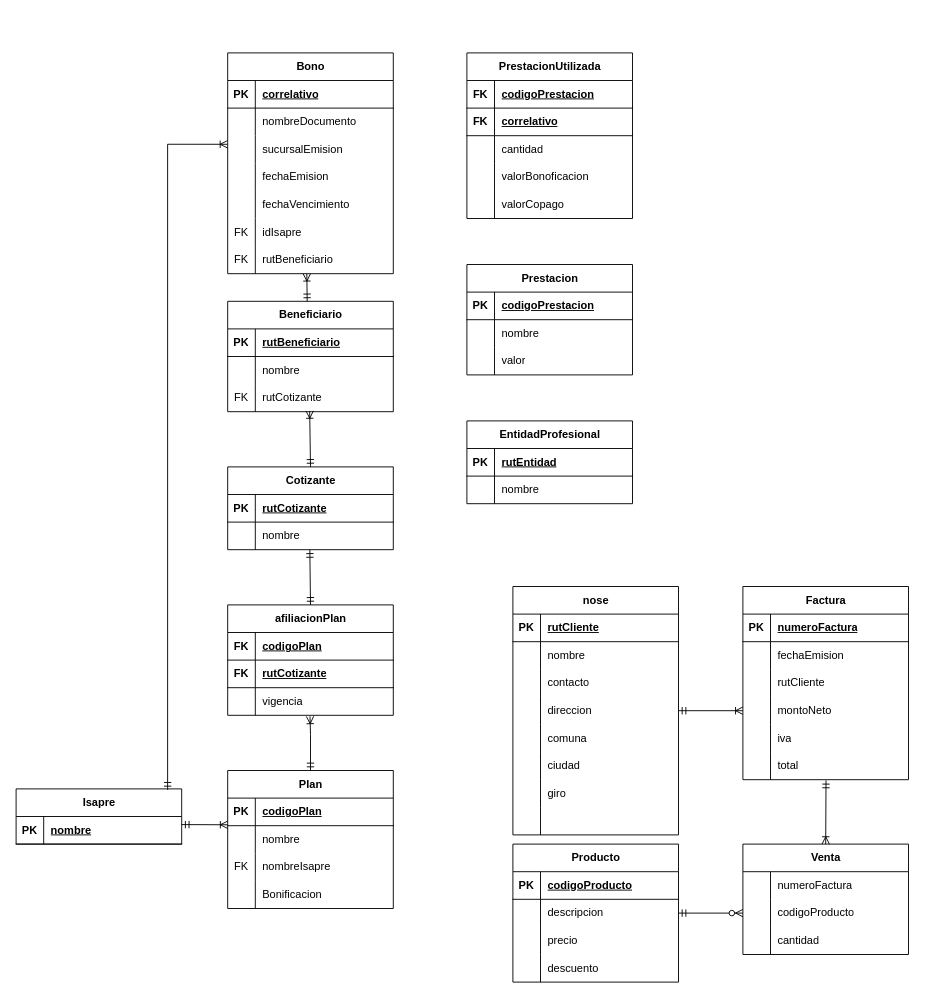
Above: tarea22.drawio in C-bastian-compila/diagrams.net (draw.io), before the change. Source tidied: cells renumbered, new cells numbered last; positions are measured from the earlier drawing's top-left corner, leaving out a move shared by most shapes. Both pictures are drawn from the tidied source at 92%, with x=0, y=0 at pixel (16, 52).
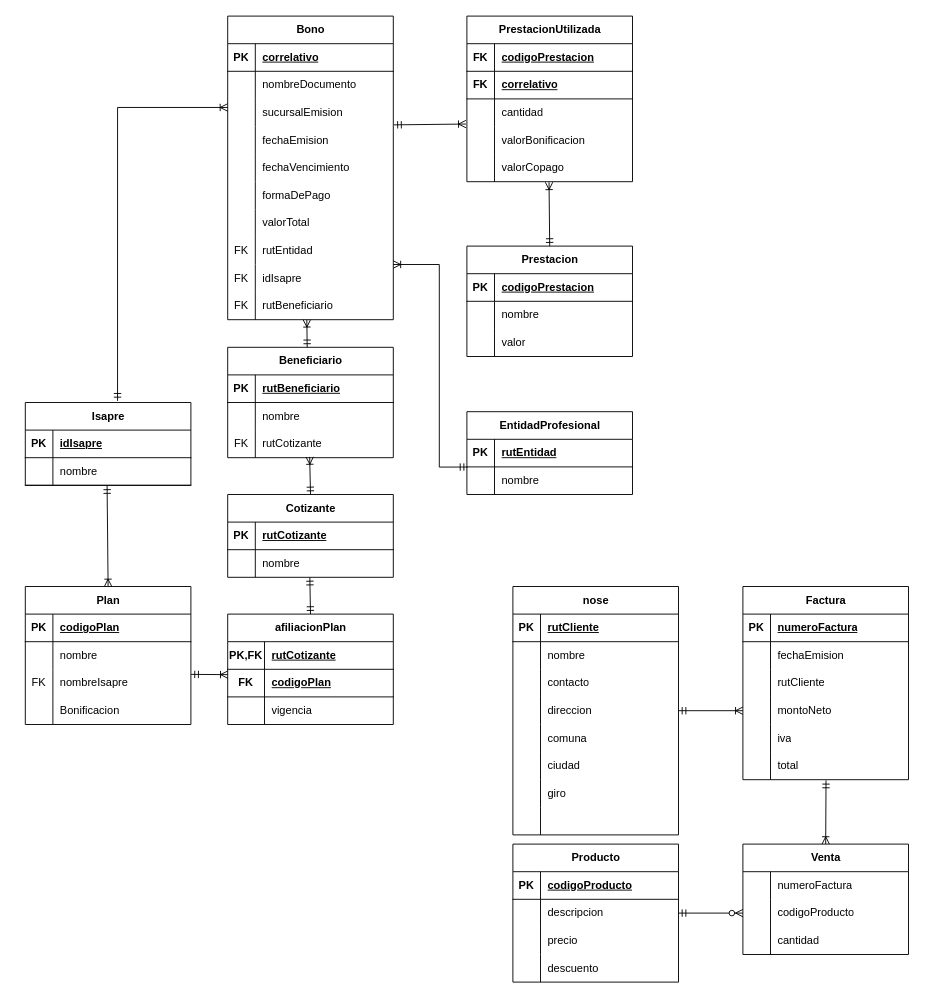
Above is the later version.

The change refers to these unchanged cells:
```xml
<mxCell id="79" style="shape=tableRow;horizontal=0;startSize=0;swimlaneHead=0;swimlaneBody=0;fillColor=none;points=[[0,0.5],[1,0.5]];portConstraint=eastwest;top=0;left=0;right=0;bottom=0;" parent="72" vertex="1">
  <mxGeometry y="90" width="180" height="30" as="geometry" />
</mxCell>
<mxCell id="95" style="shape=tableRow;horizontal=0;startSize=0;swimlaneHead=0;swimlaneBody=0;fillColor=none;points=[[0,0.5],[1,0.5]];portConstraint=eastwest;top=0;left=0;right=0;bottom=1;" parent="94" vertex="1">
  <mxGeometry y="30" width="180" height="30" as="geometry" />
</mxCell>
<mxCell id="109" style="shape=tableRow;horizontal=0;startSize=0;swimlaneHead=0;swimlaneBody=0;fillColor=none;points=[[0,0.5],[1,0.5]];portConstraint=eastwest;top=0;left=0;right=0;bottom=0;" parent="105" vertex="1">
  <mxGeometry y="60" width="180" height="30" as="geometry" />
</mxCell>
<mxCell id="119" style="shape=tableRow;horizontal=0;startSize=0;swimlaneHead=0;swimlaneBody=0;fillColor=none;points=[[0,0.5],[1,0.5]];portConstraint=eastwest;top=0;left=0;right=0;bottom=0;" parent="112" vertex="1">
  <mxGeometry y="90" width="180" height="30" as="geometry" />
</mxCell>
<mxCell id="144" style="shape=tableRow;horizontal=0;startSize=0;swimlaneHead=0;swimlaneBody=0;fillColor=none;points=[[0,0.5],[1,0.5]];portConstraint=eastwest;top=0;left=0;right=0;bottom=0;" parent="137" vertex="1">
  <mxGeometry y="90" width="180" height="30" as="geometry" />
</mxCell>
<mxCell id="168" style="shape=tableRow;horizontal=0;startSize=0;swimlaneHead=0;swimlaneBody=0;fillColor=none;points=[[0,0.5],[1,0.5]];portConstraint=eastwest;top=0;left=0;right=0;bottom=0;" parent="161" vertex="1">
  <mxGeometry y="90" width="180" height="30" as="geometry" />
</mxCell>
<mxCell id="171" style="shape=tableRow;horizontal=0;startSize=0;swimlaneHead=0;swimlaneBody=0;fillColor=none;top=0;left=0;right=0;bottom=0;" parent="161" vertex="1">
  <mxGeometry y="120" width="180" height="30" as="geometry" />
</mxCell>
<mxCell id="174" style="shape=tableRow;horizontal=0;startSize=0;swimlaneHead=0;swimlaneBody=0;fillColor=none;points=[[0,0.5],[1,0.5]];portConstraint=eastwest;top=0;left=0;right=0;bottom=0;" parent="161" vertex="1">
  <mxGeometry y="150" width="180" height="30" as="geometry" />
</mxCell>
```

Change to the diagram source:
```diff
@@
     <mxCell id="72" value="Bono" style="shape=table;startSize=30;childLayout=tableLayout;rowLines=0;fontStyle=1;align=center;html=1;" parent="1" vertex="1">
-      <mxGeometry x="230" width="180" height="240" as="geometry" />
+      <mxGeometry x="230" y="-40" width="180" height="330" as="geometry" />
     </mxCell>
@@
+    <mxCell id="177" style="shape=tableRow;horizontal=0;startSize=0;swimlaneHead=0;swimlaneBody=0;fillColor=none;top=0;left=0;right=0;bottom=0;" parent="72" vertex="1">
+      <mxGeometry y="180" width="180" height="30" as="geometry" />
+    </mxCell>
+    <mxCell id="178" style="shape=partialRectangle;fillColor=none;top=0;left=0;bottom=0;right=0;overflow=hidden;whiteSpace=wrap;html=1;" parent="177" vertex="1">
+      <mxGeometry width="30" height="30" as="geometry" />
+    </mxCell>
+    <mxCell id="179" value="formaDePago" style="shape=partialRectangle;fillColor=none;top=0;left=0;bottom=0;right=0;align=left;spacingLeft=6;overflow=hidden;whiteSpace=wrap;html=1;" parent="177" vertex="1">
+      <mxGeometry x="30" width="150" height="30" as="geometry" />
+    </mxCell>
+    <mxCell id="180" style="shape=tableRow;horizontal=0;startSize=0;swimlaneHead=0;swimlaneBody=0;fillColor=none;top=0;left=0;right=0;bottom=0;" parent="72" vertex="1">
+      <mxGeometry y="210" width="180" height="30" as="geometry" />
+    </mxCell>
+    <mxCell id="181" style="shape=partialRectangle;fillColor=none;top=0;left=0;bottom=0;right=0;overflow=hidden;whiteSpace=wrap;html=1;" parent="180" vertex="1">
+      <mxGeometry width="30" height="30" as="geometry" />
+    </mxCell>
+    <mxCell id="182" value="valorTotal" style="shape=partialRectangle;fillColor=none;top=0;left=0;bottom=0;right=0;align=left;spacingLeft=6;overflow=hidden;whiteSpace=wrap;html=1;" parent="180" vertex="1">
+      <mxGeometry x="30" width="150" height="30" as="geometry" />
+    </mxCell>
+    <mxCell id="183" style="shape=tableRow;horizontal=0;startSize=0;swimlaneHead=0;swimlaneBody=0;fillColor=none;top=0;left=0;right=0;bottom=0;" parent="72" vertex="1">
+      <mxGeometry y="240" width="180" height="30" as="geometry" />
+    </mxCell>
+    <mxCell id="184" value="FK" style="shape=partialRectangle;fillColor=none;top=0;left=0;bottom=0;right=0;overflow=hidden;whiteSpace=wrap;html=1;" parent="183" vertex="1">
+      <mxGeometry width="30" height="30" as="geometry" />
+    </mxCell>
+    <mxCell id="185" value="rutEntidad" style="shape=partialRectangle;fillColor=none;top=0;left=0;bottom=0;right=0;align=left;spacingLeft=6;overflow=hidden;whiteSpace=wrap;html=1;" parent="183" vertex="1">
+      <mxGeometry x="30" width="150" height="30" as="geometry" />
+    </mxCell>
     <mxCell id="88" style="shape=tableRow;horizontal=0;startSize=0;swimlaneHead=0;swimlaneBody=0;fillColor=none;top=0;left=0;right=0;bottom=0;" parent="72" vertex="1">
-      <mxGeometry y="180" width="180" height="30" as="geometry" />
+      <mxGeometry y="270" width="180" height="30" as="geometry" />
     </mxCell>
@@
     <mxCell id="91" style="shape=tableRow;horizontal=0;startSize=0;swimlaneHead=0;swimlaneBody=0;fillColor=none;top=0;left=0;right=0;bottom=0;" parent="72" vertex="1">
-      <mxGeometry y="210" width="180" height="30" as="geometry" />
+      <mxGeometry y="300" width="180" height="30" as="geometry" />
     </mxCell>
@@
     <mxCell id="94" value="Isapre" style="shape=table;startSize=30;childLayout=tableLayout;rowLines=0;fontStyle=1;align=center;html=1;" parent="1" vertex="1">
-      <mxGeometry y="800" width="180" height="60" as="geometry" />
+      <mxGeometry x="10" y="380" width="180" height="90" as="geometry" />
     </mxCell>
@@
-    <mxCell id="97" value="nombre" style="shape=partialRectangle;fillColor=none;top=0;left=0;bottom=0;right=0;align=left;spacingLeft=6;fontStyle=5;overflow=hidden;whiteSpace=wrap;html=1;" parent="95" vertex="1">
+    <mxCell id="97" value="idIsapre" style="shape=partialRectangle;fillColor=none;top=0;left=0;bottom=0;right=0;align=left;spacingLeft=6;fontStyle=5;overflow=hidden;whiteSpace=wrap;html=1;" parent="95" vertex="1">
       <mxGeometry x="30" width="150" height="30" as="geometry" />
     </mxCell>
+    <mxCell id="186" style="shape=tableRow;horizontal=0;startSize=0;swimlaneHead=0;swimlaneBody=0;fillColor=none;points=[[0,0.5],[1,0.5]];portConstraint=eastwest;top=0;left=0;right=0;bottom=1;" parent="94" vertex="1">
+      <mxGeometry y="60" width="180" height="30" as="geometry" />
+    </mxCell>
+    <mxCell id="187" style="shape=partialRectangle;fillColor=none;top=0;left=0;bottom=0;right=0;fontStyle=1;overflow=hidden;whiteSpace=wrap;html=1;" parent="186" vertex="1">
+      <mxGeometry width="30" height="30" as="geometry" />
+    </mxCell>
+    <mxCell id="188" value="&lt;span style=&quot;&quot;&gt;nombre&lt;/span&gt;" style="shape=partialRectangle;fillColor=none;top=0;left=0;bottom=0;right=0;align=left;spacingLeft=6;fontStyle=0;overflow=hidden;whiteSpace=wrap;html=1;" parent="186" vertex="1">
+      <mxGeometry x="30" width="150" height="30" as="geometry" />
+    </mxCell>
     <mxCell id="98" value="Cotizante" style="shape=table;startSize=30;childLayout=tableLayout;rowLines=0;fontStyle=1;align=center;html=1;" parent="1" vertex="1">
-      <mxGeometry x="230" y="450" width="180" height="90" as="geometry" />
+      <mxGeometry x="230" y="480" width="180" height="90" as="geometry" />
     </mxCell>
@@
     <mxCell id="105" value="EntidadProfesional" style="shape=table;startSize=30;childLayout=tableLayout;rowLines=0;fontStyle=1;align=center;html=1;" parent="1" vertex="1">
-      <mxGeometry x="490" y="400" width="180" height="90" as="geometry" />
+      <mxGeometry x="490" y="390" width="180" height="90" as="geometry" />
     </mxCell>
@@
     <mxCell id="112" value="Plan" style="shape=table;startSize=30;childLayout=tableLayout;rowLines=0;fontStyle=1;align=center;html=1;" parent="1" vertex="1">
-      <mxGeometry x="230" y="780" width="180" height="150" as="geometry" />
+      <mxGeometry x="10" y="580" width="180" height="150" as="geometry" />
     </mxCell>
@@
     <mxCell id="125" value="Beneficiario" style="shape=table;startSize=30;childLayout=tableLayout;rowLines=0;fontStyle=1;align=center;html=1;" parent="1" vertex="1">
-      <mxGeometry x="230" y="270" width="180" height="120" as="geometry" />
+      <mxGeometry x="230" y="320" width="180" height="120" as="geometry" />
     </mxCell>
@@
     <mxCell id="135" style="fontSize=12;html=1;endArrow=ERoneToMany;startArrow=ERmandOne;rounded=0;exitX=0.48;exitY=0.001;exitDx=0;exitDy=0;exitPerimeter=0;" parent="1" edge="1" source="125">
       <mxGeometry relative="1" as="geometry">
-        <mxPoint x="316" y="240" as="targetPoint" />
+        <mxPoint x="316" y="290" as="targetPoint" />
       </mxGeometry>
     </mxCell>
@@
     <mxCell id="137" value="afiliacionPlan" style="shape=table;startSize=30;childLayout=tableLayout;rowLines=0;fontStyle=1;align=center;html=1;" parent="1" vertex="1">
-      <mxGeometry x="230" y="600" width="180" height="120" as="geometry" />
+      <mxGeometry x="230" y="610" width="180" height="120" as="geometry" />
     </mxCell>
+    <mxCell id="141" style="shape=tableRow;horizontal=0;startSize=0;swimlaneHead=0;swimlaneBody=0;fillColor=none;top=0;left=0;right=0;bottom=1;" parent="137" vertex="1">
+      <mxGeometry y="30" width="180" height="30" as="geometry" />
+    </mxCell>
+    <mxCell id="142" value="PK,FK" style="shape=partialRectangle;fillColor=none;top=0;left=0;bottom=0;right=0;fontStyle=1;overflow=hidden;whiteSpace=wrap;html=1;" parent="141" vertex="1">
+      <mxGeometry width="40" height="30" as="geometry" />
+    </mxCell>
+    <mxCell id="143" value="rutCotizante" style="shape=partialRectangle;fillColor=none;top=0;left=0;bottom=0;right=0;align=left;spacingLeft=6;fontStyle=5;overflow=hidden;whiteSpace=wrap;html=1;" parent="141" vertex="1">
+      <mxGeometry x="40" width="140" height="30" as="geometry" />
+    </mxCell>
     <mxCell id="138" style="shape=tableRow;horizontal=0;startSize=0;swimlaneHead=0;swimlaneBody=0;fillColor=none;points=[[0,0.5],[1,0.5]];portConstraint=eastwest;top=0;left=0;right=0;bottom=1;" parent="137" vertex="1">
-      <mxGeometry y="30" width="180" height="30" as="geometry" />
+      <mxGeometry y="60" width="180" height="30" as="geometry" />
     </mxCell>
     <mxCell id="139" value="FK" style="shape=partialRectangle;fillColor=none;top=0;left=0;bottom=0;right=0;fontStyle=1;overflow=hidden;whiteSpace=wrap;html=1;" parent="138" vertex="1">
-      <mxGeometry width="30" height="30" as="geometry" />
+      <mxGeometry width="40" height="30" as="geometry" />
     </mxCell>
     <mxCell id="140" value="codigoPlan" style="shape=partialRectangle;fillColor=none;top=0;left=0;bottom=0;right=0;align=left;spacingLeft=6;fontStyle=5;overflow=hidden;whiteSpace=wrap;html=1;" parent="138" vertex="1">
-      <mxGeometry x="30" width="150" height="30" as="geometry" />
+      <mxGeometry x="40" width="140" height="30" as="geometry" />
     </mxCell>
-    <mxCell id="141" style="shape=tableRow;horizontal=0;startSize=0;swimlaneHead=0;swimlaneBody=0;fillColor=none;top=0;left=0;right=0;bottom=1;" parent="137" vertex="1">
-      <mxGeometry y="60" width="180" height="30" as="geometry" />
-    </mxCell>
-    <mxCell id="142" value="FK" style="shape=partialRectangle;fillColor=none;top=0;left=0;bottom=0;right=0;fontStyle=1;overflow=hidden;whiteSpace=wrap;html=1;" parent="141" vertex="1">
-      <mxGeometry width="30" height="30" as="geometry" />
-    </mxCell>
-    <mxCell id="143" value="rutCotizante" style="shape=partialRectangle;fillColor=none;top=0;left=0;bottom=0;right=0;align=left;spacingLeft=6;fontStyle=5;overflow=hidden;whiteSpace=wrap;html=1;" parent="141" vertex="1">
-      <mxGeometry x="30" width="150" height="30" as="geometry" />
-    </mxCell>
@@
     <mxCell id="145" style="shape=partialRectangle;fillColor=none;top=0;left=0;bottom=0;right=0;overflow=hidden;whiteSpace=wrap;html=1;" parent="144" vertex="1">
-      <mxGeometry width="30" height="30" as="geometry" />
+      <mxGeometry width="40" height="30" as="geometry" />
     </mxCell>
     <mxCell id="146" value="vigencia" style="shape=partialRectangle;fillColor=none;top=0;left=0;bottom=0;right=0;align=left;spacingLeft=6;overflow=hidden;whiteSpace=wrap;html=1;" parent="144" vertex="1">
-      <mxGeometry x="30" width="150" height="30" as="geometry" />
+      <mxGeometry x="40" width="140" height="30" as="geometry" />
     </mxCell>
-    <mxCell id="147" style="fontSize=12;html=1;endArrow=ERoneToMany;startArrow=ERmandOne;rounded=0;exitX=0.5;exitY=0;exitDx=0;exitDy=0;entryX=0.497;entryY=1.037;entryDx=0;entryDy=0;entryPerimeter=0;" parent="1" edge="1" source="112" target="144">
-      <mxGeometry relative="1" as="geometry">
-        <Array as="points">
-          <mxPoint x="320" y="750" />
-          <mxPoint x="320" y="741" />
-        </Array>
-      </mxGeometry>
-    </mxCell>
@@
-    <mxCell id="149" style="fontSize=12;html=1;endArrow=ERoneToMany;startArrow=ERmandOne;rounded=0;exitX=1;exitY=0.293;exitDx=0;exitDy=0;exitPerimeter=0;" parent="1" edge="1" source="95">
-      <mxGeometry relative="1" as="geometry">
-        <mxPoint x="230" y="839" as="targetPoint" />
-      </mxGeometry>
+    <mxCell id="149" style="fontSize=12;html=1;endArrow=ERoneToMany;startArrow=ERmandOne;rounded=0;exitX=0.494;exitY=1.025;exitDx=0;exitDy=0;exitPerimeter=0;entryX=0.5;entryY=0;entryDx=0;entryDy=0;" parent="1" edge="1" source="186" target="112">
+      <mxGeometry relative="1" as="geometry" />
     </mxCell>
-    <mxCell id="150" style="fontSize=12;html=1;endArrow=ERoneToMany;startArrow=ERmandOne;rounded=0;entryX=-0.001;entryY=0.311;entryDx=0;entryDy=0;entryPerimeter=0;edgeStyle=orthogonalEdgeStyle;exitX=0.915;exitY=0.017;exitDx=0;exitDy=0;exitPerimeter=0;" parent="1" edge="1" source="94" target="79">
+    <mxCell id="150" style="fontSize=12;html=1;endArrow=ERoneToMany;startArrow=ERmandOne;rounded=0;entryX=-0.001;entryY=0.311;entryDx=0;entryDy=0;entryPerimeter=0;edgeStyle=orthogonalEdgeStyle;exitX=0.557;exitY=-0.02;exitDx=0;exitDy=0;exitPerimeter=0;" parent="1" edge="1" source="94" target="79">
       <mxGeometry relative="1" as="geometry" />
     </mxCell>
     <mxCell id="151" value="Prestacion" style="shape=table;startSize=30;childLayout=tableLayout;rowLines=0;fontStyle=1;align=center;html=1;" parent="1" vertex="1">
-      <mxGeometry x="490" y="230" width="180" height="120" as="geometry" />
+      <mxGeometry x="490" y="210" width="180" height="120" as="geometry" />
     </mxCell>
@@
     <mxCell id="161" value="PrestacionUtilizada" style="shape=table;startSize=30;childLayout=tableLayout;rowLines=0;fontStyle=1;align=center;html=1;" parent="1" vertex="1">
-      <mxGeometry x="490" width="180" height="180" as="geometry" />
+      <mxGeometry x="490" y="-40" width="180" height="180" as="geometry" />
     </mxCell>
@@
-    <mxCell id="173" value="valorBonoficacion" style="shape=partialRectangle;fillColor=none;top=0;left=0;bottom=0;right=0;align=left;spacingLeft=6;overflow=hidden;whiteSpace=wrap;html=1;" parent="171" vertex="1">
+    <mxCell id="173" value="valorBonificacion" style="shape=partialRectangle;fillColor=none;top=0;left=0;bottom=0;right=0;align=left;spacingLeft=6;overflow=hidden;whiteSpace=wrap;html=1;" parent="171" vertex="1">
       <mxGeometry x="30" width="150" height="30" as="geometry" />
     </mxCell>
@@
+    <mxCell id="189" style="fontSize=12;html=1;endArrow=ERoneToMany;startArrow=ERmandOne;rounded=0;exitX=0.004;exitY=0.005;exitDx=0;exitDy=0;edgeStyle=orthogonalEdgeStyle;exitPerimeter=0;" parent="1" edge="1" source="109">
+      <mxGeometry relative="1" as="geometry">
+        <mxPoint x="410" y="230" as="targetPoint" />
+        <Array as="points">
+          <mxPoint x="460" y="450" />
+          <mxPoint x="460" y="230" />
+        </Array>
+      </mxGeometry>
+    </mxCell>
+    <mxCell id="190" style="fontSize=12;html=1;endArrow=ERoneToMany;startArrow=ERmandOne;rounded=0;exitX=1.001;exitY=0.184;exitDx=0;exitDy=0;entryX=0.001;entryY=0.193;entryDx=0;entryDy=0;entryPerimeter=0;exitPerimeter=0;" parent="1" edge="1" source="119" target="138">
+      <mxGeometry relative="1" as="geometry" />
+    </mxCell>
+    <mxCell id="191" style="fontSize=12;html=1;endArrow=ERoneToMany;startArrow=ERmandOne;rounded=0;exitX=0.5;exitY=0;exitDx=0;exitDy=0;entryX=0.496;entryY=1.02;entryDx=0;entryDy=0;entryPerimeter=0;" parent="1" edge="1" source="151" target="174">
+      <mxGeometry relative="1" as="geometry" />
+    </mxCell>
+    <mxCell id="192" style="fontSize=12;html=1;endArrow=ERoneToMany;startArrow=ERmandOne;rounded=0;exitX=1.004;exitY=0.941;exitDx=0;exitDy=0;entryX=-0.006;entryY=0.911;entryDx=0;entryDy=0;entryPerimeter=0;exitPerimeter=0;" parent="1" edge="1" source="79" target="168">
+      <mxGeometry relative="1" as="geometry" />
+    </mxCell>
```
